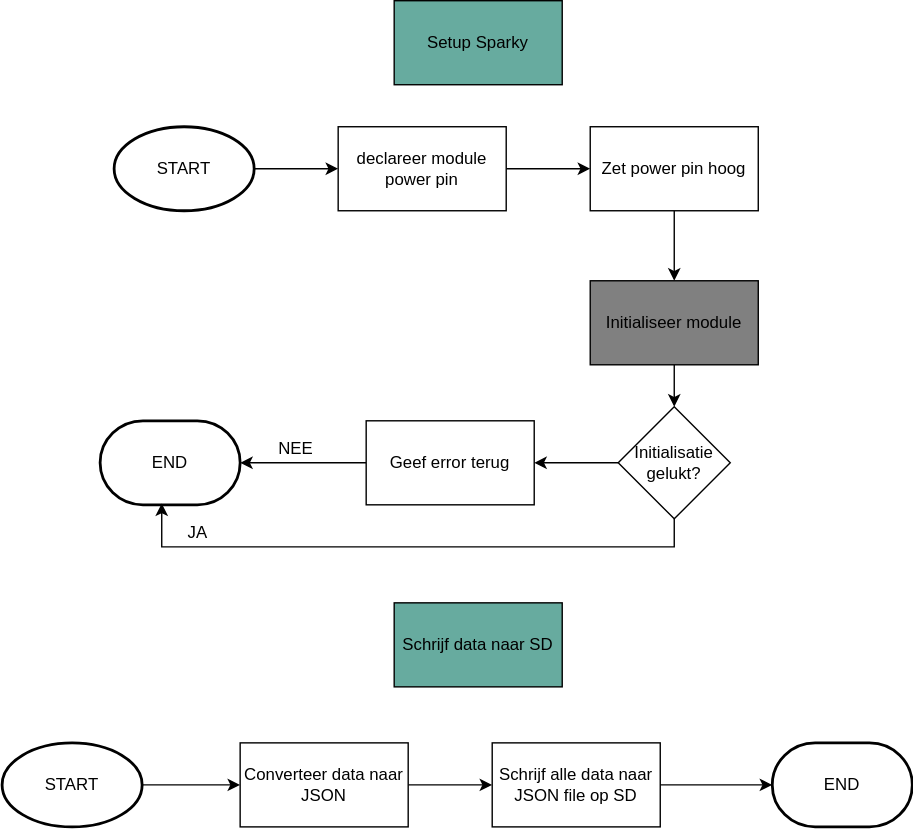
The draw.io diagram assets/FlowChart-Sparky.svg in 747oli/Luchtkwaliteitssensor_analyse, before a commit. Source tidied: cells renumbered, new cells last; positions are measured from the earlier drawing's top-left corner, leaving out a move shared by most shapes.
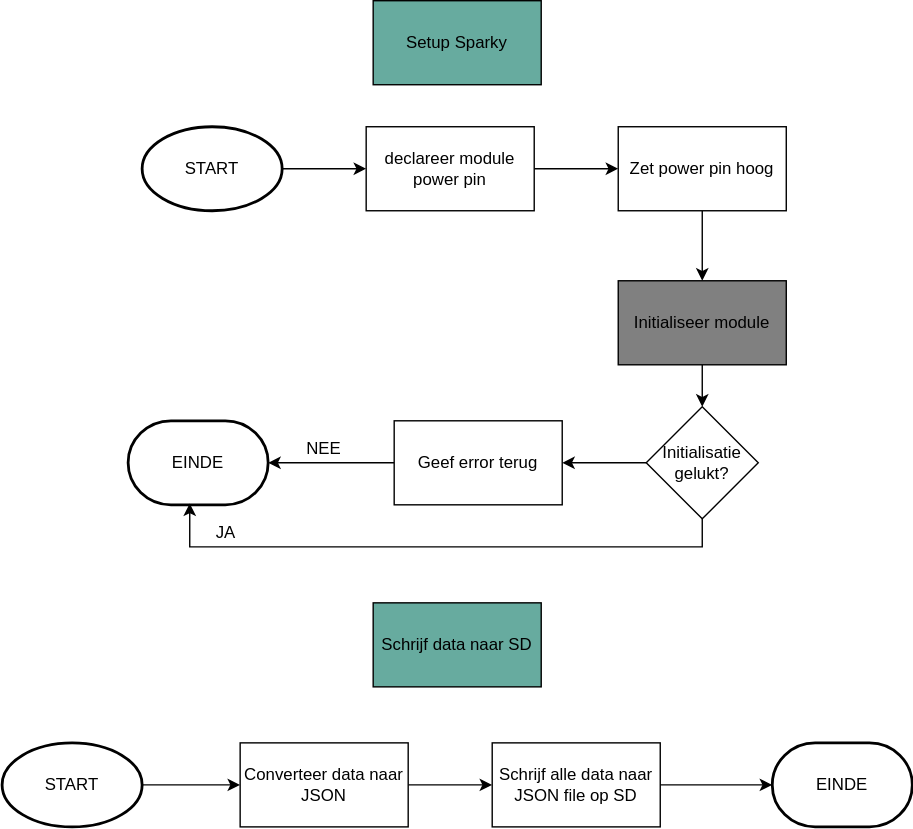
Later version of the same file.

The edit, as a diff of the source:
```diff
@@ -3,7 +3,7 @@
     <mxCell id="0" />
     <mxCell id="1" parent="0" />
     <mxCell id="2" value="Setup Sparky" style="rounded=0;whiteSpace=wrap;html=1;fillColor=#67AB9F;" parent="1" vertex="1">
-      <mxGeometry x="280" width="120" height="60" as="geometry" />
+      <mxGeometry x="245" width="120" height="60" as="geometry" />
     </mxCell>
     <mxCell id="3" style="edgeStyle=orthogonalEdgeStyle;rounded=0;jettySize=auto;html=1;" parent="1" edge="1" source="4" target="7">
       <mxGeometry relative="1" as="geometry" />
@@ -11,7 +11,7 @@
     <mxCell id="4" value="START" style="strokeWidth=2;html=1;shape=mxgraph.flowchart.start_1;whiteSpace=wrap;" parent="1" vertex="1">
       <mxGeometry x="80" y="90" width="100" height="60" as="geometry" />
     </mxCell>
-    <mxCell id="5" value="END" style="strokeWidth=2;html=1;shape=mxgraph.flowchart.terminator;whiteSpace=wrap;" parent="1" vertex="1">
+    <mxCell id="5" value="EINDE" style="strokeWidth=2;html=1;shape=mxgraph.flowchart.terminator;whiteSpace=wrap;" parent="1" vertex="1">
       <mxGeometry x="70" y="300" width="100" height="60" as="geometry" />
     </mxCell>
     <mxCell id="6" style="edgeStyle=orthogonalEdgeStyle;rounded=0;jettySize=auto;html=1;" parent="1" edge="1" source="7" target="9">
@@ -54,28 +54,28 @@
       <mxGeometry x="260" y="300" width="120" height="60" as="geometry" />
     </mxCell>
     <mxCell id="19" value="Schrijf data naar SD" style="rounded=0;whiteSpace=wrap;html=1;fillColor=#67AB9F;" parent="1" vertex="1">
-      <mxGeometry x="280" y="430" width="120" height="60" as="geometry" />
+      <mxGeometry x="245" y="430" width="120" height="60" as="geometry" />
     </mxCell>
     <mxCell id="20" style="edgeStyle=orthogonalEdgeStyle;rounded=0;jettySize=auto;html=1;" parent="1" edge="1" source="21" target="25">
       <mxGeometry relative="1" as="geometry" />
     </mxCell>
     <mxCell id="21" value="START" style="strokeWidth=2;html=1;shape=mxgraph.flowchart.start_1;whiteSpace=wrap;" parent="1" vertex="1">
-      <mxGeometry y="530" width="100" height="60" as="geometry" />
+      <mxGeometry x="-20" y="530" width="100" height="60" as="geometry" />
     </mxCell>
     <mxCell id="22" style="edgeStyle=orthogonalEdgeStyle;rounded=0;jettySize=auto;html=1;" parent="1" edge="1" source="23" target="26">
       <mxGeometry relative="1" as="geometry" />
     </mxCell>
     <mxCell id="23" value="Schrijf alle data naar JSON file op SD" style="rounded=0;whiteSpace=wrap;html=1;" parent="1" vertex="1">
-      <mxGeometry x="350" y="530" width="120" height="60" as="geometry" />
+      <mxGeometry x="330" y="530" width="120" height="60" as="geometry" />
     </mxCell>
     <mxCell id="24" style="edgeStyle=orthogonalEdgeStyle;rounded=0;jettySize=auto;html=1;" parent="1" edge="1" source="25" target="23">
       <mxGeometry relative="1" as="geometry" />
     </mxCell>
     <mxCell id="25" value="Converteer data naar JSON" style="rounded=0;whiteSpace=wrap;html=1;" parent="1" vertex="1">
-      <mxGeometry x="170" y="530" width="120" height="60" as="geometry" />
+      <mxGeometry x="150" y="530" width="120" height="60" as="geometry" />
     </mxCell>
-    <mxCell id="26" value="END" style="strokeWidth=2;html=1;shape=mxgraph.flowchart.terminator;whiteSpace=wrap;" parent="1" vertex="1">
-      <mxGeometry x="550" y="530" width="100" height="60" as="geometry" />
+    <mxCell id="26" value="EINDE" style="strokeWidth=2;html=1;shape=mxgraph.flowchart.terminator;whiteSpace=wrap;" parent="1" vertex="1">
+      <mxGeometry x="530" y="530" width="100" height="60" as="geometry" />
     </mxCell>
   </root>
 </mxGraphModel>
```
